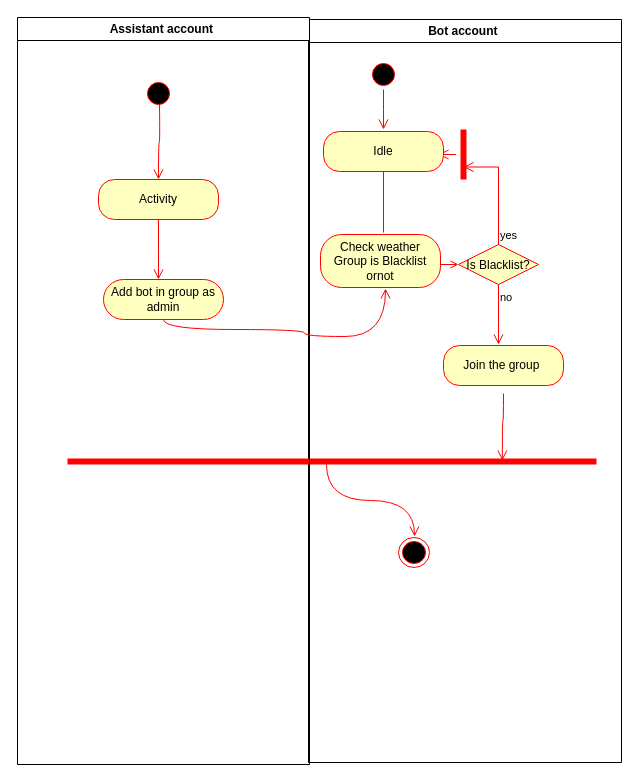
AvikaTrivedi/WFs keeps this draw.io diagram as .github/Untitled Diagram.drawio. Above is the earlier version. Source tidied: cells renumbered, new cells numbered last; positions are measured from the earlier drawing's top-left corner, leaving out a move shared by most shapes. Both pictures are drawn from the tidied source at 100%, with x=0, y=0 at pixel (17, 17).
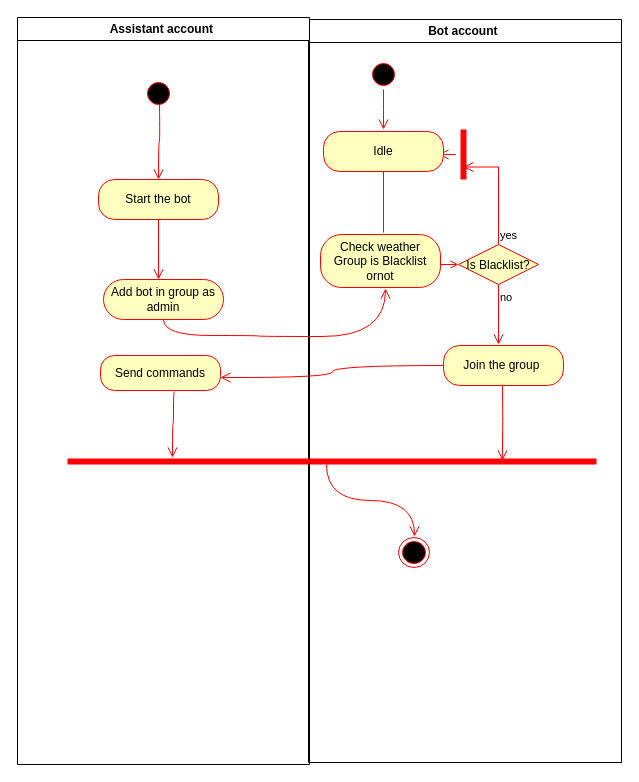
After the change.

Unchanged cells that the change refers to:
```xml
<mxCell id="2" value="Bot account " style="swimlane;whiteSpace=wrap;hachureGap=4;" parent="1" vertex="1">
  <mxGeometry x="291" y="2" width="313" height="743" as="geometry" />
</mxCell>
<mxCell id="12" value="Join the group&amp;nbsp;" style="rounded=1;whiteSpace=wrap;html=1;arcSize=40;fontColor=#000000;fillColor=#ffffc0;strokeColor=#ff0000;hachureGap=4;" parent="2" vertex="1">
  <mxGeometry x="135" y="326" width="120" height="40" as="geometry" />
</mxCell>
<mxCell id="15" style="shape=line;html=1;strokeWidth=6;strokeColor=#ff0000;hachureGap=4;" parent="2" vertex="1">
  <mxGeometry x="-241" y="437" width="529" height="10" as="geometry" />
</mxCell>
<mxCell id="19" value="Assistant account " style="swimlane;whiteSpace=wrap;hachureGap=4;" parent="1" vertex="1">
  <mxGeometry width="292" height="747" as="geometry" />
</mxCell>
<mxCell id="24" value="Add bot in group as admin" style="rounded=1;whiteSpace=wrap;html=1;arcSize=50;fontColor=#000000;fillColor=#ffffc0;strokeColor=#ff0000;hachureGap=4;" parent="19" vertex="1">
  <mxGeometry x="86" y="262" width="120" height="40" as="geometry" />
</mxCell>
```

Diff of the diagram source:
```diff
@@
-    <mxCell id="13" style="edgeStyle=orthogonalEdgeStyle;html=1;verticalAlign=bottom;endArrow=open;endSize=8;strokeColor=#ff0000;rounded=0;sourcePerimeterSpacing=8;targetPerimeterSpacing=8;curved=1;entryX=0.822;entryY=0.4;entryDx=0;entryDy=0;entryPerimeter=0;" parent="2" edge="1" source="12" target="15">
-      <mxGeometry relative="1" as="geometry" />
+    <mxCell id="13" style="edgeStyle=orthogonalEdgeStyle;html=1;verticalAlign=bottom;endArrow=open;endSize=8;strokeColor=#ff0000;rounded=0;sourcePerimeterSpacing=8;targetPerimeterSpacing=8;curved=1;entryX=0.822;entryY=0.4;entryDx=0;entryDy=0;entryPerimeter=0;" parent="2" edge="1" target="15">
+      <mxGeometry relative="1" as="geometry">
+        <mxPoint x="194" y="366" as="sourcePoint" />
+      </mxGeometry>
     </mxCell>
@@
-    <mxCell id="22" value="Activity" style="rounded=1;whiteSpace=wrap;html=1;arcSize=40;fontColor=#000000;fillColor=#ffffc0;strokeColor=#ff0000;hachureGap=4;" parent="19" vertex="1">
+    <mxCell id="22" value="Start the bot" style="rounded=1;whiteSpace=wrap;html=1;arcSize=40;fontColor=#000000;fillColor=#ffffc0;strokeColor=#ff0000;hachureGap=4;" parent="19" vertex="1">
       <mxGeometry x="81" y="162" width="120" height="40" as="geometry" />
     </mxCell>
@@
+    <mxCell id="26" value="Send commands" style="rounded=1;whiteSpace=wrap;html=1;arcSize=40;fontColor=#000000;fillColor=#ffffc0;strokeColor=#ff0000;hachureGap=4;" parent="19" vertex="1">
+      <mxGeometry x="83" y="338" width="120" height="35" as="geometry" />
+    </mxCell>
+    <mxCell id="27" style="edgeStyle=orthogonalEdgeStyle;html=1;verticalAlign=bottom;endArrow=open;endSize=8;strokeColor=#ff0000;rounded=0;sourcePerimeterSpacing=8;targetPerimeterSpacing=8;curved=1;exitX=0;exitY=0.5;exitDx=0;exitDy=0;" parent="19" edge="1" source="12">
+      <mxGeometry relative="1" as="geometry">
+        <mxPoint x="203" y="360" as="targetPoint" />
+      </mxGeometry>
+    </mxCell>
+    <mxCell id="28" style="edgeStyle=orthogonalEdgeStyle;html=1;verticalAlign=bottom;endArrow=open;endSize=8;strokeColor=#ff0000;rounded=0;sourcePerimeterSpacing=8;targetPerimeterSpacing=8;curved=1;" parent="19" edge="1">
+      <mxGeometry relative="1" as="geometry">
+        <mxPoint x="157" y="374" as="sourcePoint" />
+        <mxPoint x="155" y="440" as="targetPoint" />
+        <Array as="points">
+          <mxPoint x="156" y="374" />
+          <mxPoint x="156" y="407" />
+          <mxPoint x="155" y="407" />
+        </Array>
+      </mxGeometry>
+    </mxCell>
     <mxCell id="25" style="edgeStyle=orthogonalEdgeStyle;html=1;verticalAlign=bottom;endArrow=open;endSize=8;strokeColor=#ff0000;rounded=0;sourcePerimeterSpacing=8;targetPerimeterSpacing=8;curved=1;exitX=0.5;exitY=1;exitDx=0;exitDy=0;" parent="1" edge="1" source="24">
       <mxGeometry relative="1" as="geometry">
         <mxPoint x="368" y="271" as="targetPoint" />
         <Array as="points">
-          <mxPoint x="146" y="312" />
-          <mxPoint x="287" y="312" />
-          <mxPoint x="287" y="319" />
+          <mxPoint x="146" y="318" />
+          <mxPoint x="241" y="318" />
           <mxPoint x="368" y="319" />
         </Array>
       </mxGeometry>
     </mxCell>
```
